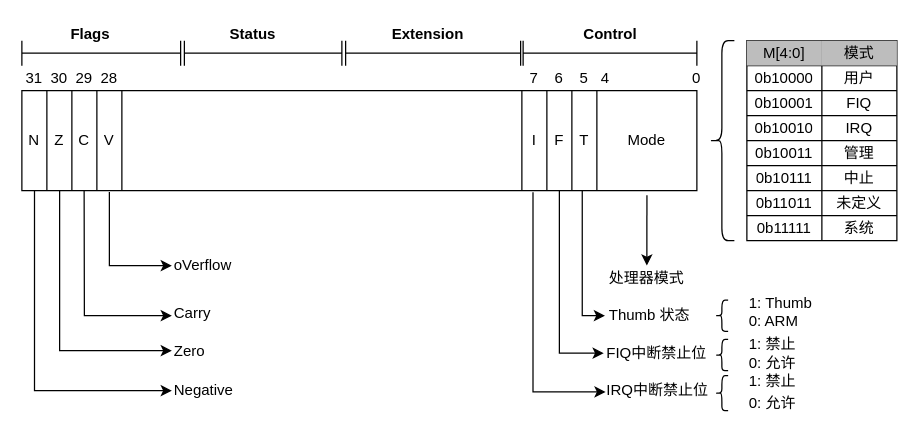
peng-fan/drawio keeps this draw.io diagram as page "cpsr" (3 of 3) of draw/SylixOS中断处理流程.drawio. Above is the earlier version. Source tidied: cells renumbered, new cells numbered last; positions are measured from the earlier drawing's top-left corner, leaving out a move shared by most shapes. Both pictures are drawn from the tidied source at 125%, with x=0, y=0 at pixel (21, 21).
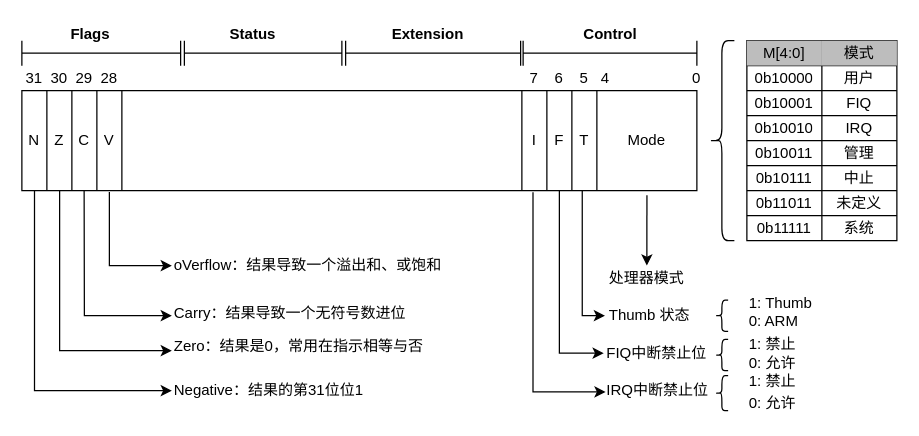
The same page after the edit.

Commit message:
Update SylixOS中断处理流程.drawio

What changed in the source:
```diff
@@
-    <mxCell id="74" value="oVerflow" style="text;html=1;strokeColor=none;fillColor=none;align=left;verticalAlign=middle;whiteSpace=wrap;rounded=0;labelBackgroundColor=none;" parent="1" vertex="1">
-      <mxGeometry x="120" y="185" width="60" height="20" as="geometry" />
+    <mxCell id="74" value="oVerflow：结果导致一个溢出和、或饱和" style="text;html=1;strokeColor=none;fillColor=none;align=left;verticalAlign=middle;whiteSpace=wrap;rounded=0;labelBackgroundColor=none;" parent="1" vertex="1">
+      <mxGeometry x="120" y="185" width="220" height="20" as="geometry" />
     </mxCell>
@@
-    <mxCell id="76" value="Carry" style="text;html=1;strokeColor=none;fillColor=none;align=left;verticalAlign=middle;whiteSpace=wrap;rounded=0;labelBackgroundColor=none;" parent="1" vertex="1">
-      <mxGeometry x="120" y="222.5" width="60" height="20" as="geometry" />
+    <mxCell id="76" value="Carry：结果导致一个无符号数进位" style="text;html=1;strokeColor=none;fillColor=none;align=left;verticalAlign=middle;whiteSpace=wrap;rounded=0;labelBackgroundColor=none;" parent="1" vertex="1">
+      <mxGeometry x="120" y="222.5" width="200" height="20" as="geometry" />
     </mxCell>
@@
-    <mxCell id="78" value="Zero" style="text;html=1;strokeColor=none;fillColor=none;align=left;verticalAlign=middle;whiteSpace=wrap;rounded=0;labelBackgroundColor=none;" parent="1" vertex="1">
-      <mxGeometry x="120" y="254" width="60" height="20" as="geometry" />
+    <mxCell id="78" value="Zero：结果是0，常用在指示相等与否" style="text;html=1;strokeColor=none;fillColor=none;align=left;verticalAlign=middle;whiteSpace=wrap;rounded=0;labelBackgroundColor=none;" parent="1" vertex="1">
+      <mxGeometry x="120" y="245" width="210" height="30" as="geometry" />
     </mxCell>
@@
-    <mxCell id="80" value="Negative" style="text;html=1;strokeColor=none;fillColor=none;align=left;verticalAlign=middle;whiteSpace=wrap;rounded=0;labelBackgroundColor=none;" parent="1" vertex="1">
-      <mxGeometry x="120" y="285" width="60" height="20" as="geometry" />
+    <mxCell id="80" value="Negative：结果的第31位位1" style="text;html=1;strokeColor=none;fillColor=none;align=left;verticalAlign=middle;whiteSpace=wrap;rounded=0;labelBackgroundColor=none;" parent="1" vertex="1">
+      <mxGeometry x="120" y="285" width="160" height="20" as="geometry" />
     </mxCell>
```
